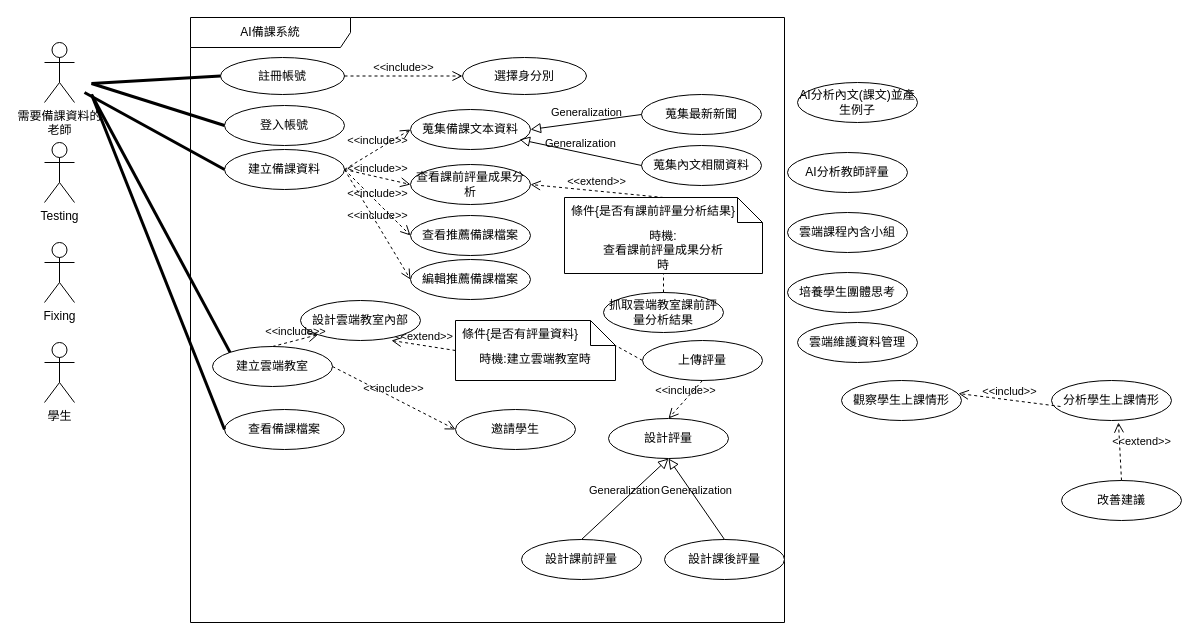
Before: page "第 1 页" (1 of 2) of 顧客關係圖.drawio in Kevincheng0804/System-analysis, a draw.io diagram. Source tidied: cells renumbered, new cells numbered last; positions are measured from the earlier drawing's top-left corner, leaving out a move shared by most shapes. Both pictures are drawn from the tidied source at 100%, with x=0, y=0 at pixel (44, 17).
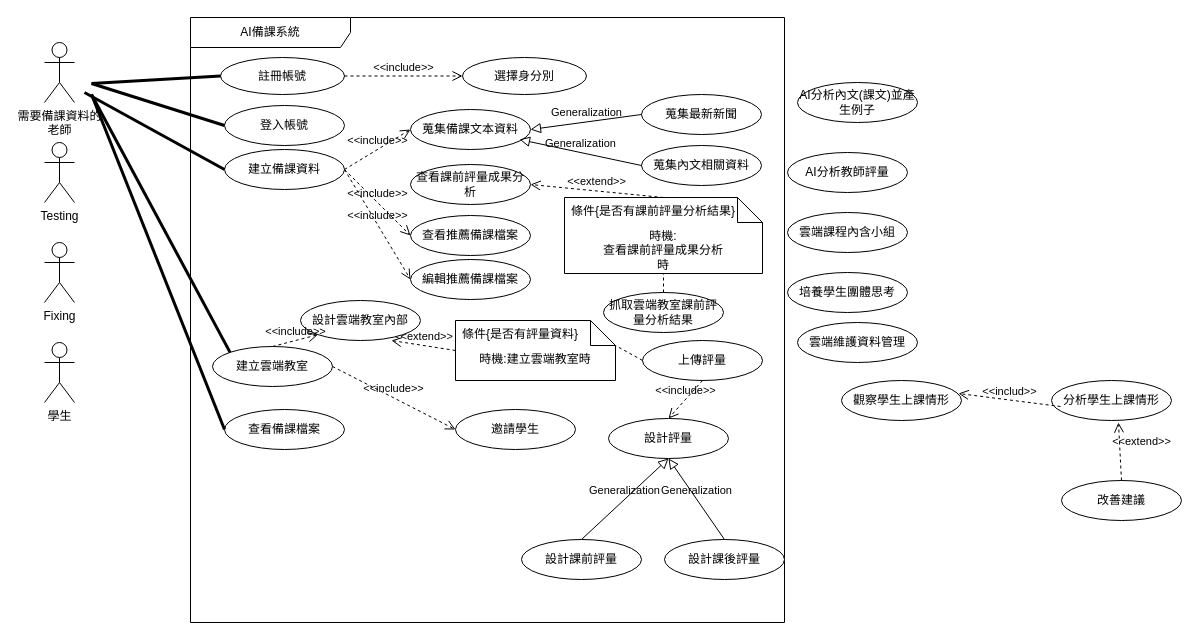
Above is the later version.

Commit message:
不確定查看課前評量要不要給老師看

Unchanged cells that the change refers to:
```xml
<mxCell id="5" value="AI備課系統" style="shape=umlFrame;whiteSpace=wrap;html=1;width=160;" parent="1" vertex="1">
  <mxGeometry x="146" width="594" height="605" as="geometry" />
</mxCell>
<mxCell id="20" value="建立備課資料" style="ellipse;html=1;whiteSpace=wrap;" parent="5" vertex="1">
  <mxGeometry x="34" y="132" width="120" height="40" as="geometry" />
</mxCell>
<mxCell id="23" value="&lt;div&gt;查看課前評量成果分析&lt;/div&gt;" style="ellipse;html=1;whiteSpace=wrap;" parent="5" vertex="1">
  <mxGeometry x="220" y="147" width="120" height="40" as="geometry" />
</mxCell>
```

Change to the diagram source:
```diff
@@
-    <mxCell id="25" value="&amp;lt;&amp;lt;include&amp;gt;&amp;gt;" style="endArrow=open;startArrow=none;endFill=0;startFill=0;endSize=8;html=1;verticalAlign=bottom;dashed=1;labelBackgroundColor=none;rounded=0;exitX=1;exitY=0.5;exitDx=0;exitDy=0;entryX=0;entryY=0.5;entryDx=0;entryDy=0;" parent="5" edge="1" source="20" target="23">
-      <mxGeometry relative="1" as="geometry" />
-    </mxCell>
```
